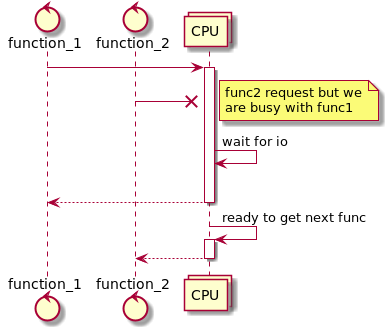
This is images/process_seq.png from andgineer/sorokin.engineer, a PlantUML export, as it was before one commit.
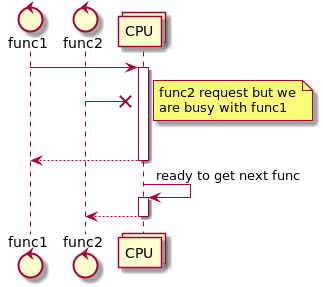
Above is the later version.

What changed in the source:
```diff
@@ -1,18 +1,17 @@
 @startuml
-control function_1
-control function_2
+control func1
+control func2
 collections CPU
 
-function_1 -> CPU
+func1 -> CPU
 activate CPU
-function_2 ->x CPU
+func2 ->x CPU
 note right: func2 request but we \nare busy with func1
-CPU -> CPU: wait for io
 |||
-CPU --> function_1
+CPU --> func1
 deactivate CPU
 CPU -> CPU: ready to get next func
 activate CPU
-CPU --> function_2
+CPU --> func2
 deactivate CPU
 @enduml
```
